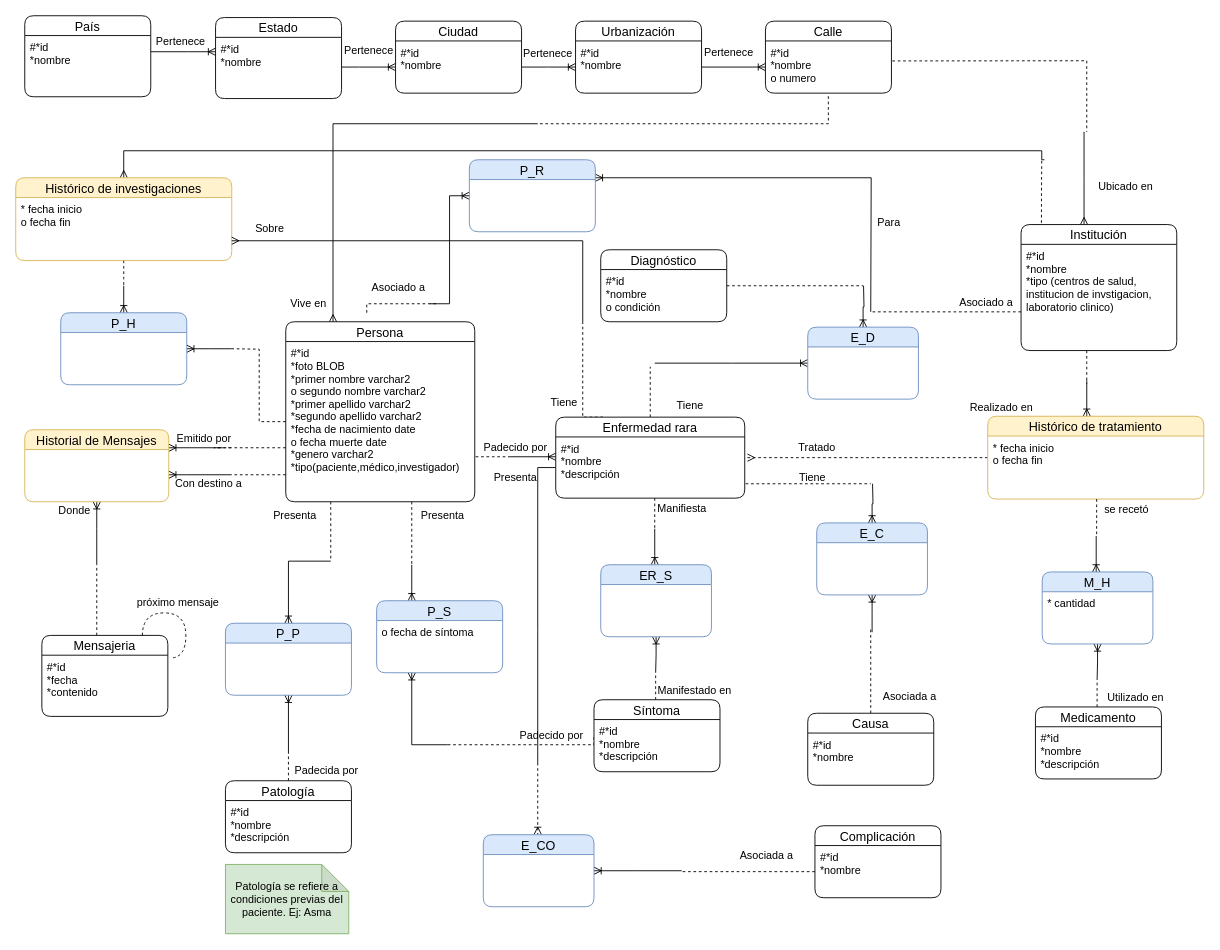
This is MET/ER_NetDoc.drawio from NeutronBlast/IS-Ex, a draw.io file, before an edit. Source tidied: cells renumbered, new cells numbered last; positions are measured from the earlier drawing's top-left corner, leaving out a move shared by most shapes. Both pictures are drawn from the tidied source at 90%, with x=0, y=0 at pixel (15, 15).
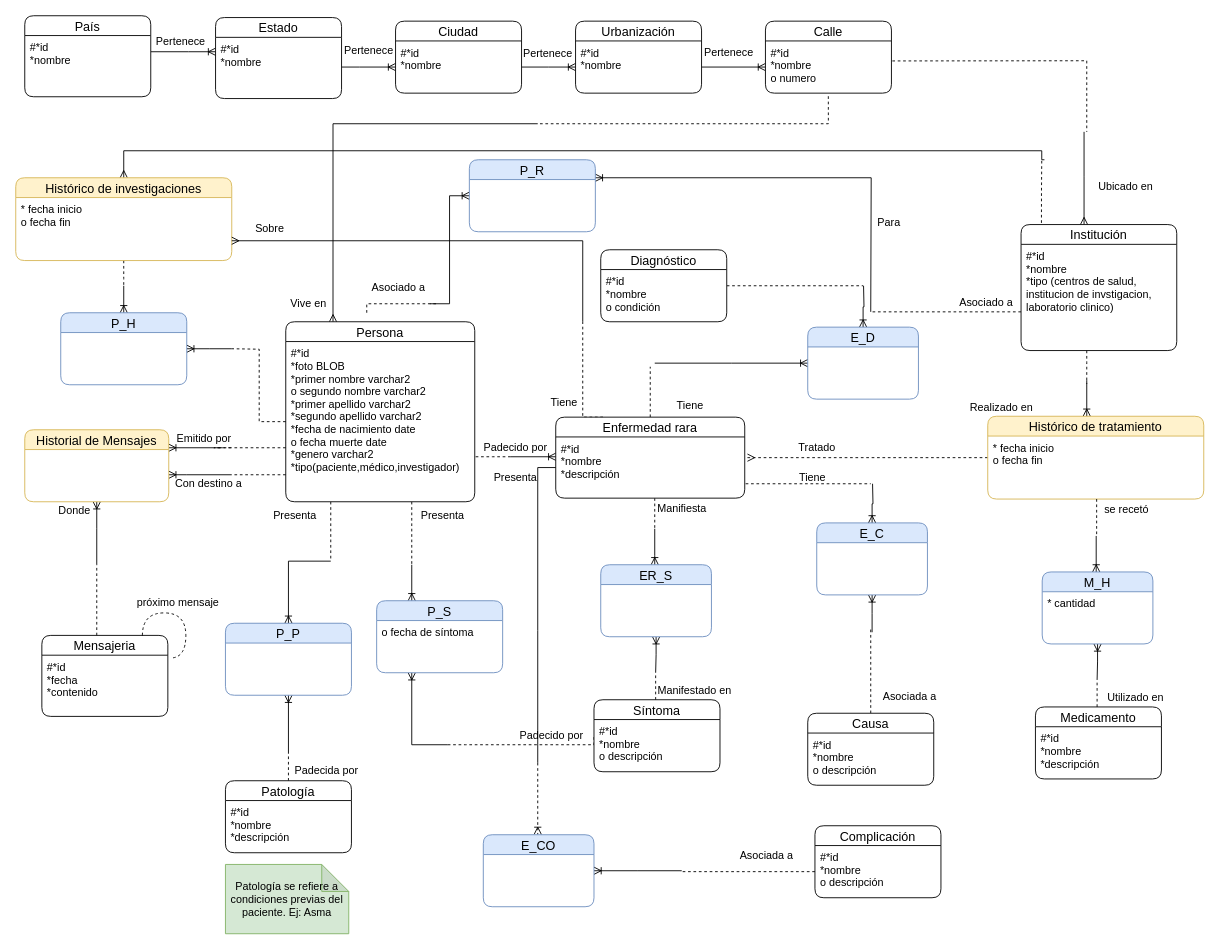
The same diagram, later.

Unchanged cells that the change refers to:
```xml
<mxCell id="77" value="Síntoma" style="swimlane;fontStyle=0;horizontal=1;startSize=22;swimlaneFillColor=#ffffff;align=center;fontSize=14;rounded=1;" parent="1" vertex="1">
  <mxGeometry x="642.5" y="760" width="140" height="80" as="geometry" />
</mxCell>
<mxCell id="106" value="Causa" style="swimlane;fontStyle=0;horizontal=1;startSize=22;swimlaneFillColor=#ffffff;align=center;fontSize=14;rounded=1;" parent="1" vertex="1">
  <mxGeometry x="880" y="775" width="140" height="80" as="geometry" />
</mxCell>
<mxCell id="122" value="Complicación" style="swimlane;fontStyle=0;horizontal=1;startSize=22;swimlaneFillColor=#ffffff;align=center;fontSize=14;rounded=1;" parent="1" vertex="1">
  <mxGeometry x="888" y="900" width="140" height="80" as="geometry" />
</mxCell>
```

Diff of the diagram source:
```diff
@@
-    <mxCell id="78" value="#*id&#10;*nombre&#10;*descripción" style="text;strokeColor=none;fillColor=none;spacingLeft=4;spacingRight=4;overflow=hidden;fontSize=12;" parent="77" vertex="1">
+    <mxCell id="78" value="#*id&#10;*nombre&#10;o descripción" style="text;strokeColor=none;fillColor=none;spacingLeft=4;spacingRight=4;overflow=hidden;fontSize=12;" parent="77" vertex="1">
       <mxGeometry y="22" width="140" height="58" as="geometry" />
     </mxCell>
@@
-    <mxCell id="107" value="#*id&#10;*nombre" style="text;strokeColor=none;fillColor=none;spacingLeft=4;spacingRight=4;overflow=hidden;fontSize=12;" parent="106" vertex="1">
+    <mxCell id="107" value="#*id&#10;*nombre&#10;o descripción" style="text;strokeColor=none;fillColor=none;spacingLeft=4;spacingRight=4;overflow=hidden;fontSize=12;" parent="106" vertex="1">
       <mxGeometry y="22" width="140" height="58" as="geometry" />
     </mxCell>
@@
-    <mxCell id="123" value="#*id&#10;*nombre" style="text;strokeColor=none;fillColor=none;spacingLeft=4;spacingRight=4;overflow=hidden;points=[[0,0.5],[1,0.5]];portConstraint=eastwest;fontSize=12;" parent="122" vertex="1">
+    <mxCell id="123" value="#*id&#10;*nombre&#10;o descripción" style="text;strokeColor=none;fillColor=none;spacingLeft=4;spacingRight=4;overflow=hidden;points=[[0,0.5],[1,0.5]];portConstraint=eastwest;fontSize=12;" parent="122" vertex="1">
       <mxGeometry y="22" width="140" height="58" as="geometry" />
     </mxCell>
```
